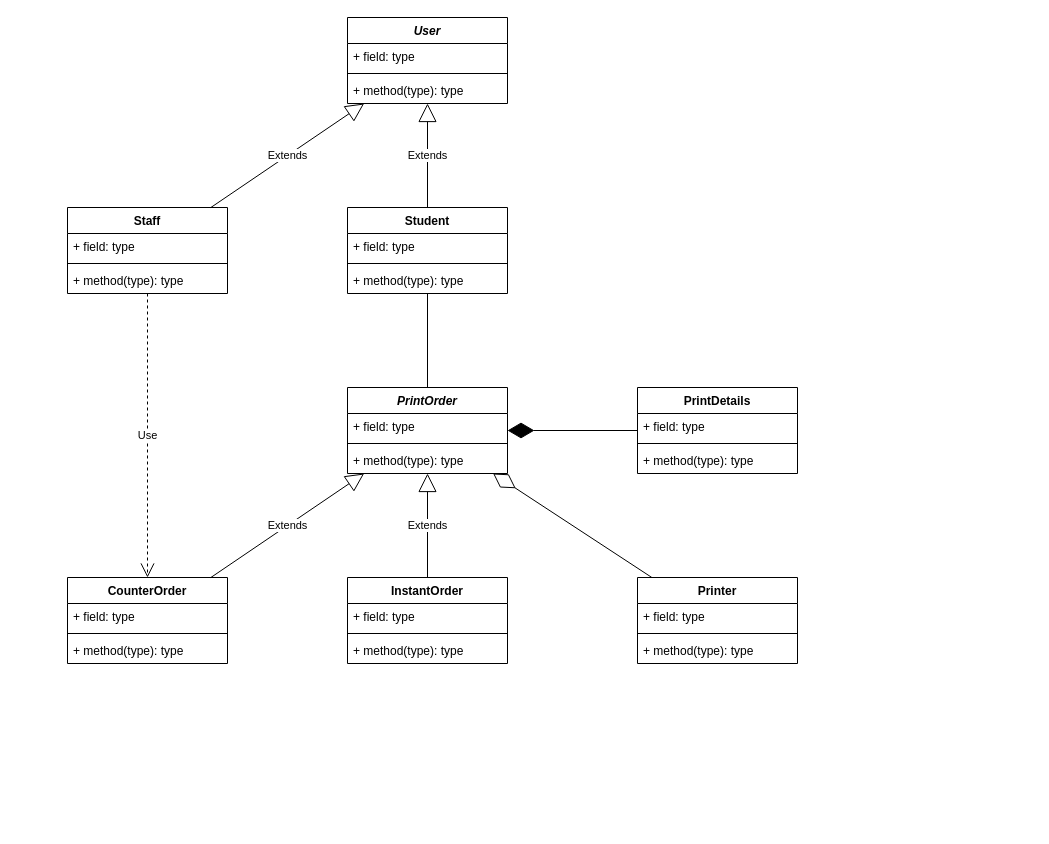
blueonline07/auth-demo keeps this draw.io diagram as printing-module-class-diagram.drawio. Above is the earlier version. Source tidied: cells renumbered, new cells numbered last; positions are measured from the earlier drawing's top-left corner, leaving out a move shared by most shapes. Both pictures are drawn from the tidied source at 100%, with x=0, y=0 at pixel (67, 17).
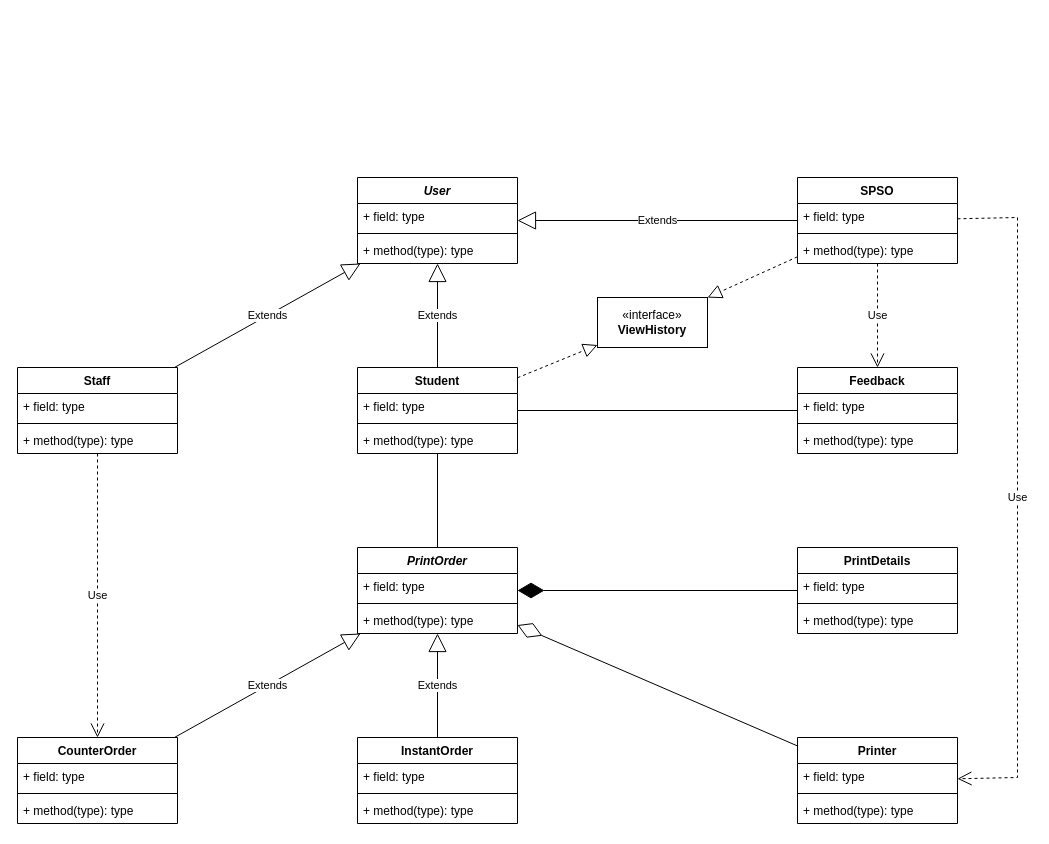
Above is the later version.

Commit message (it also covers changes not shown here):
Cập nhật printing-module-class-diagram.drawio

Diff of the diagram source:
```diff
@@
     <mxCell id="2" value="&lt;i&gt;User&lt;/i&gt;" style="swimlane;fontStyle=1;align=center;verticalAlign=top;horizontal=1;startSize=26;whiteSpace=wrap;html=1;" parent="1" vertex="1">
-      <mxGeometry x="280" width="160" height="86" as="geometry" />
+      <mxGeometry x="290" y="160" width="160" height="86" as="geometry" />
     </mxCell>
@@
     <mxCell id="6" value="Staff" style="swimlane;fontStyle=1;align=center;verticalAlign=top;horizontal=1;startSize=26;whiteSpace=wrap;html=1;" parent="1" vertex="1">
-      <mxGeometry y="190" width="160" height="86" as="geometry" />
+      <mxGeometry x="-50" y="350" width="160" height="86" as="geometry" />
     </mxCell>
@@
     <mxCell id="10" value="Student" style="swimlane;fontStyle=1;align=center;verticalAlign=top;horizontal=1;startSize=26;whiteSpace=wrap;html=1;" parent="1" vertex="1">
-      <mxGeometry x="280" y="190" width="160" height="86" as="geometry" />
+      <mxGeometry x="290" y="350" width="160" height="86" as="geometry" />
     </mxCell>
@@
     <mxCell id="14" value="&lt;i&gt;PrintOrder&lt;/i&gt;" style="swimlane;fontStyle=1;align=center;verticalAlign=top;horizontal=1;startSize=26;whiteSpace=wrap;html=1;" parent="1" vertex="1">
-      <mxGeometry x="280" y="370" width="160" height="86" as="geometry" />
+      <mxGeometry x="290" y="530" width="160" height="86" as="geometry" />
     </mxCell>
@@
     <mxCell id="18" value="CounterOrder" style="swimlane;fontStyle=1;align=center;verticalAlign=top;horizontal=1;startSize=26;whiteSpace=wrap;html=1;" parent="1" vertex="1">
-      <mxGeometry y="560" width="160" height="86" as="geometry" />
+      <mxGeometry x="-50" y="720" width="160" height="86" as="geometry" />
     </mxCell>
@@
     <mxCell id="22" value="InstantOrder" style="swimlane;fontStyle=1;align=center;verticalAlign=top;horizontal=1;startSize=26;whiteSpace=wrap;html=1;" parent="1" vertex="1">
-      <mxGeometry x="280" y="560" width="160" height="86" as="geometry" />
+      <mxGeometry x="290" y="720" width="160" height="86" as="geometry" />
     </mxCell>
@@
     <mxCell id="26" value="Printer" style="swimlane;fontStyle=1;align=center;verticalAlign=top;horizontal=1;startSize=26;whiteSpace=wrap;html=1;" parent="1" vertex="1">
-      <mxGeometry x="570" y="560" width="160" height="86" as="geometry" />
+      <mxGeometry x="730" y="720" width="160" height="86" as="geometry" />
     </mxCell>
@@
     <mxCell id="30" value="PrintDetails" style="swimlane;fontStyle=1;align=center;verticalAlign=top;horizontal=1;startSize=26;whiteSpace=wrap;html=1;" parent="1" vertex="1">
-      <mxGeometry x="570" y="370" width="160" height="86" as="geometry" />
+      <mxGeometry x="730" y="530" width="160" height="86" as="geometry" />
     </mxCell>
@@
+    <mxCell id="42" value="SPSO" style="swimlane;fontStyle=1;align=center;verticalAlign=top;horizontal=1;startSize=26;whiteSpace=wrap;html=1;" parent="1" vertex="1">
+      <mxGeometry x="730" y="160" width="160" height="86" as="geometry" />
+    </mxCell>
+    <mxCell id="43" value="+ field: type" style="text;strokeColor=none;fillColor=none;align=left;verticalAlign=top;spacingLeft=4;spacingRight=4;overflow=hidden;whiteSpace=wrap;html=1;" parent="42" vertex="1">
+      <mxGeometry y="26" width="160" height="26" as="geometry" />
+    </mxCell>
+    <mxCell id="44" style="line;strokeWidth=1;fillColor=none;align=left;verticalAlign=middle;spacingTop=-1;spacingLeft=3;spacingRight=3;labelPosition=right;strokeColor=inherit;" parent="42" vertex="1">
+      <mxGeometry y="52" width="160" height="8" as="geometry" />
+    </mxCell>
+    <mxCell id="45" value="+ method(type): type" style="text;strokeColor=none;fillColor=none;align=left;verticalAlign=top;spacingLeft=4;spacingRight=4;overflow=hidden;whiteSpace=wrap;html=1;" parent="42" vertex="1">
+      <mxGeometry y="60" width="160" height="26" as="geometry" />
+    </mxCell>
+    <mxCell id="46" value="Extends" style="endArrow=block;endSize=16;endFill=0;html=1;rounded=0;" parent="1" edge="1" source="42" target="2">
+      <mxGeometry relative="1" as="geometry" />
+    </mxCell>
+    <mxCell id="47" value="Feedback" style="swimlane;fontStyle=1;align=center;verticalAlign=top;horizontal=1;startSize=26;whiteSpace=wrap;html=1;" parent="1" vertex="1">
+      <mxGeometry x="730" y="350" width="160" height="86" as="geometry" />
+    </mxCell>
+    <mxCell id="48" value="+ field: type" style="text;strokeColor=none;fillColor=none;align=left;verticalAlign=top;spacingLeft=4;spacingRight=4;overflow=hidden;whiteSpace=wrap;html=1;" parent="47" vertex="1">
+      <mxGeometry y="26" width="160" height="26" as="geometry" />
+    </mxCell>
+    <mxCell id="49" style="line;strokeWidth=1;fillColor=none;align=left;verticalAlign=middle;spacingTop=-1;spacingLeft=3;spacingRight=3;labelPosition=right;strokeColor=inherit;" parent="47" vertex="1">
+      <mxGeometry y="52" width="160" height="8" as="geometry" />
+    </mxCell>
+    <mxCell id="50" value="+ method(type): type" style="text;strokeColor=none;fillColor=none;align=left;verticalAlign=top;spacingLeft=4;spacingRight=4;overflow=hidden;whiteSpace=wrap;html=1;" parent="47" vertex="1">
+      <mxGeometry y="60" width="160" height="26" as="geometry" />
+    </mxCell>
+    <mxCell id="51" style="endArrow=none;html=1;rounded=0;" parent="1" edge="1" source="10" target="47">
+      <mxGeometry relative="1" as="geometry" />
+    </mxCell>
+    <mxCell id="52" value="Use" style="endArrow=open;endSize=12;dashed=1;html=1;rounded=0;" parent="1" edge="1" source="42" target="47">
+      <mxGeometry relative="1" as="geometry" />
+    </mxCell>
+    <mxCell id="53" value="Use" style="endArrow=open;endSize=12;dashed=1;html=1;rounded=0;" parent="1" edge="1" source="42" target="26">
+      <mxGeometry relative="1" as="geometry">
+        <Array as="points">
+          <mxPoint x="950" y="200" />
+          <mxPoint x="950" y="760" />
+        </Array>
+      </mxGeometry>
+    </mxCell>
+    <mxCell id="54" value="«interface»&lt;br&gt;&lt;b&gt;ViewHistory&lt;/b&gt;" style="html=1;whiteSpace=wrap;" parent="1" vertex="1">
+      <mxGeometry x="530" y="280" width="110" height="50" as="geometry" />
+    </mxCell>
+    <mxCell id="55" style="endArrow=block;dashed=1;endFill=0;endSize=12;html=1;rounded=0;" parent="1" edge="1" source="10" target="54">
+      <mxGeometry relative="1" as="geometry" />
+    </mxCell>
+    <mxCell id="56" style="endArrow=block;dashed=1;endFill=0;endSize=12;html=1;rounded=0;" parent="1" edge="1" source="42" target="54">
+      <mxGeometry relative="1" as="geometry" />
+    </mxCell>
```
